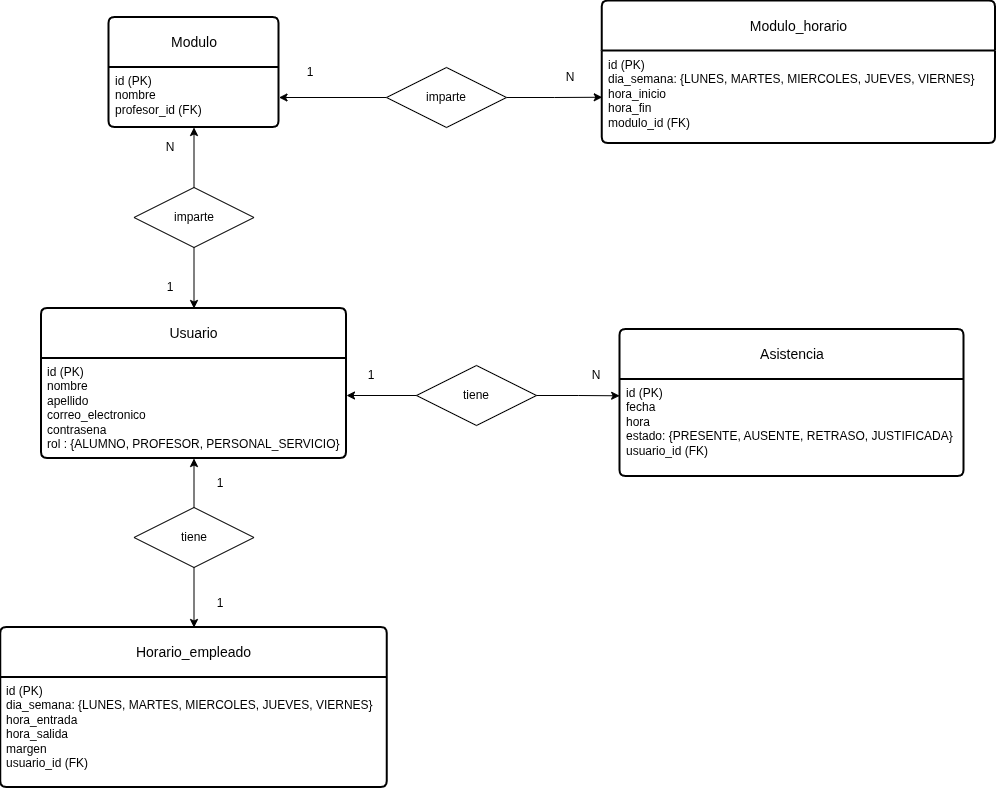
Before: media/diagrama_entidad_relacion.png, a diagram exported from draw.io (jeironEC/proyecto-control-asistencia). Source tidied: cells renumbered, new cells last; positions are measured from the earlier drawing's top-left corner, leaving out a move shared by most shapes. The source it was exported from:
```xml
<mxGraphModel>
  <root>
    <mxCell id="0" />
    <mxCell id="1" parent="0" />
    <mxCell id="2" value="Usuario" style="swimlane;horizontal=1;startSize=50;rounded=1;fontSize=14;fontStyle=0;strokeWidth=2;shadow=0;dashed=0;align=center;arcSize=4;whiteSpace=wrap;html=1;" parent="1" vertex="1">
      <mxGeometry x="41" y="307" width="305" height="150" as="geometry" />
    </mxCell>
    <mxCell id="3" value="&lt;div&gt;id (PK)&lt;/div&gt;nombre&lt;div&gt;apellido&lt;/div&gt;&lt;div&gt;correo_electronico&lt;/div&gt;&lt;div&gt;contrasena&lt;/div&gt;&lt;div&gt;rol&amp;nbsp;: {ALUMNO, PROFESOR, PERSONAL_SERVICIO}&lt;/div&gt;" style="align=left;strokeColor=none;fillColor=none;spacingLeft=4;spacingRight=4;fontSize=12;verticalAlign=top;html=1;whiteSpace=wrap;" parent="2" vertex="1">
      <mxGeometry y="50" width="305" height="100" as="geometry" />
    </mxCell>
    <mxCell id="4" value="Asistencia" style="swimlane;horizontal=1;startSize=50;rounded=1;fontSize=14;fontStyle=0;strokeWidth=2;shadow=0;dashed=0;align=center;arcSize=4;whiteSpace=wrap;html=1;" parent="1" vertex="1">
      <mxGeometry x="619.5" y="328" width="344" height="147" as="geometry" />
    </mxCell>
    <mxCell id="5" value="&lt;div&gt;id (PK)&lt;/div&gt;&lt;div&gt;fecha&amp;nbsp;&lt;/div&gt;&lt;div&gt;hora&lt;/div&gt;&lt;div&gt;estado: {PRESENTE, AUSENTE, RETRASO, JUSTIFICADA}&lt;/div&gt;&lt;div&gt;&lt;span style=&quot;background-color: transparent; color: light-dark(rgb(0, 0, 0), rgb(255, 255, 255));&quot;&gt;usuario_id (FK)&lt;/span&gt;&lt;/div&gt;" style="align=left;strokeColor=none;fillColor=none;spacingLeft=4;spacingRight=4;fontSize=12;verticalAlign=top;html=1;whiteSpace=wrap;" parent="4" vertex="1">
      <mxGeometry y="50" width="344" height="97" as="geometry" />
    </mxCell>
    <mxCell id="6" value="N" style="text;html=1;whiteSpace=wrap;strokeColor=none;fillColor=none;align=center;verticalAlign=middle;rounded=0;" parent="1" vertex="1">
      <mxGeometry x="581" y="364" width="30" height="20" as="geometry" />
    </mxCell>
    <mxCell id="7" value="tiene" style="shape=rhombus;perimeter=rhombusPerimeter;whiteSpace=wrap;html=1;align=center;" parent="1" vertex="1">
      <mxGeometry x="416" y="364" width="120" height="60" as="geometry" />
    </mxCell>
    <mxCell id="8" value="1" style="text;html=1;whiteSpace=wrap;strokeColor=none;fillColor=none;align=center;verticalAlign=middle;rounded=0;" parent="1" vertex="1">
      <mxGeometry x="356" y="364" width="30" height="20" as="geometry" />
    </mxCell>
    <mxCell id="9" style="edgeStyle=orthogonalEdgeStyle;rounded=0;jettySize=auto;html=1;" parent="1" edge="1" source="7">
      <mxGeometry relative="1" as="geometry">
        <mxPoint x="346" y="394" as="targetPoint" />
      </mxGeometry>
    </mxCell>
    <mxCell id="10" style="edgeStyle=orthogonalEdgeStyle;rounded=0;jettySize=auto;html=1;entryX=-0.001;entryY=0.168;entryDx=0;entryDy=0;entryPerimeter=0;" parent="1" edge="1" source="7" target="5">
      <mxGeometry relative="1" as="geometry" />
    </mxCell>
    <mxCell id="11" value="Horario_empleado" style="swimlane;horizontal=1;startSize=50;rounded=1;fontSize=14;fontStyle=0;strokeWidth=2;shadow=0;dashed=0;align=center;arcSize=4;whiteSpace=wrap;html=1;" parent="1" vertex="1">
      <mxGeometry x="0.2" y="626" width="386.5" height="160" as="geometry" />
    </mxCell>
    <mxCell id="12" value="id (PK)&lt;div&gt;&lt;div&gt;dia_semana: {LUNES, MARTES, MIERCOLES, JUEVES, VIERNES}&lt;/div&gt;&lt;div&gt;hora_entrada&lt;/div&gt;&lt;div&gt;hora_salida&lt;/div&gt;&lt;div&gt;margen&lt;/div&gt;&lt;div&gt;usuario_id (FK)&lt;/div&gt;&lt;/div&gt;" style="align=left;strokeColor=none;fillColor=none;spacingLeft=4;spacingRight=4;fontSize=12;verticalAlign=top;html=1;whiteSpace=wrap;" parent="11" vertex="1">
      <mxGeometry y="50" width="386.5" height="110" as="geometry" />
    </mxCell>
    <mxCell id="13" value="Modulo" style="swimlane;horizontal=1;startSize=50;rounded=1;fontSize=14;fontStyle=0;strokeWidth=2;shadow=0;dashed=0;align=center;arcSize=4;whiteSpace=wrap;html=1;" parent="1" vertex="1">
      <mxGeometry x="108.5" y="16" width="170" height="110" as="geometry" />
    </mxCell>
    <mxCell id="14" value="id (PK)&lt;div&gt;nombre&lt;/div&gt;&lt;div&gt;profesor_id (FK)&lt;/div&gt;" style="align=left;strokeColor=none;fillColor=none;spacingLeft=4;spacingRight=4;fontSize=12;verticalAlign=top;html=1;whiteSpace=wrap;" parent="13" vertex="1">
      <mxGeometry y="50" width="170" height="60" as="geometry" />
    </mxCell>
    <mxCell id="15" value="Modulo_horario" style="swimlane;horizontal=1;startSize=50;rounded=1;fontSize=14;fontStyle=0;strokeWidth=2;shadow=0;dashed=0;align=center;arcSize=4;whiteSpace=wrap;html=1;" parent="1" vertex="1">
      <mxGeometry x="601.8" y="-0.5" width="393.2" height="142.5" as="geometry" />
    </mxCell>
    <mxCell id="16" value="id (PK)&lt;div&gt;dia_semana: {LUNES, MARTES, MIERCOLES, JUEVES, VIERNES}&lt;/div&gt;&lt;div&gt;hora_inicio&lt;/div&gt;&lt;div&gt;hora_fin&lt;/div&gt;&lt;div&gt;modulo_id (FK)&lt;/div&gt;" style="align=left;strokeColor=none;fillColor=none;spacingLeft=4;spacingRight=4;fontSize=12;verticalAlign=top;html=1;whiteSpace=wrap;" parent="15" vertex="1">
      <mxGeometry y="50" width="393.2" height="92.5" as="geometry" />
    </mxCell>
    <mxCell id="17" style="edgeStyle=orthogonalEdgeStyle;rounded=0;jettySize=auto;html=1;" parent="1" edge="1" source="19" target="14">
      <mxGeometry relative="1" as="geometry" />
    </mxCell>
    <mxCell id="18" style="edgeStyle=orthogonalEdgeStyle;rounded=0;jettySize=auto;html=1;entryX=0.5;entryY=0;entryDx=0;entryDy=0;" parent="1" edge="1" source="19" target="2">
      <mxGeometry relative="1" as="geometry" />
    </mxCell>
    <mxCell id="19" value="imparte" style="shape=rhombus;perimeter=rhombusPerimeter;whiteSpace=wrap;html=1;align=center;" parent="1" vertex="1">
      <mxGeometry x="133.5" y="186" width="120" height="60" as="geometry" />
    </mxCell>
    <mxCell id="20" value="1" style="text;html=1;whiteSpace=wrap;strokeColor=none;fillColor=none;align=center;verticalAlign=middle;rounded=0;" parent="1" vertex="1">
      <mxGeometry x="155" y="276" width="30" height="20" as="geometry" />
    </mxCell>
    <mxCell id="21" value="N" style="text;html=1;whiteSpace=wrap;strokeColor=none;fillColor=none;align=center;verticalAlign=middle;rounded=0;" parent="1" vertex="1">
      <mxGeometry x="155" y="136" width="30" height="20" as="geometry" />
    </mxCell>
    <mxCell id="22" style="edgeStyle=orthogonalEdgeStyle;rounded=0;jettySize=auto;html=1;entryX=0.5;entryY=1;entryDx=0;entryDy=0;" parent="1" edge="1" source="24" target="3">
      <mxGeometry relative="1" as="geometry" />
    </mxCell>
    <mxCell id="23" style="edgeStyle=orthogonalEdgeStyle;rounded=0;jettySize=auto;html=1;entryX=0.5;entryY=0;entryDx=0;entryDy=0;" parent="1" edge="1" source="24" target="11">
      <mxGeometry relative="1" as="geometry" />
    </mxCell>
    <mxCell id="24" value="tiene" style="shape=rhombus;perimeter=rhombusPerimeter;whiteSpace=wrap;html=1;align=center;" parent="1" vertex="1">
      <mxGeometry x="133.5" y="506" width="120" height="60" as="geometry" />
    </mxCell>
    <mxCell id="25" value="1" style="text;html=1;whiteSpace=wrap;strokeColor=none;fillColor=none;align=center;verticalAlign=middle;rounded=0;" parent="1" vertex="1">
      <mxGeometry x="205" y="472" width="30" height="20" as="geometry" />
    </mxCell>
    <mxCell id="26" value="1" style="text;html=1;whiteSpace=wrap;strokeColor=none;fillColor=none;align=center;verticalAlign=middle;rounded=0;" parent="1" vertex="1">
      <mxGeometry x="205" y="592" width="30" height="20" as="geometry" />
    </mxCell>
    <mxCell id="27" style="edgeStyle=orthogonalEdgeStyle;rounded=0;jettySize=auto;html=1;entryX=1;entryY=0.5;entryDx=0;entryDy=0;" parent="1" edge="1" source="29" target="14">
      <mxGeometry relative="1" as="geometry" />
    </mxCell>
    <mxCell id="28" style="edgeStyle=orthogonalEdgeStyle;rounded=0;jettySize=auto;html=1;entryX=0;entryY=0.5;entryDx=0;entryDy=0;" parent="1" edge="1" source="29" target="16">
      <mxGeometry relative="1" as="geometry" />
    </mxCell>
    <mxCell id="29" value="imparte" style="shape=rhombus;perimeter=rhombusPerimeter;whiteSpace=wrap;html=1;align=center;" parent="1" vertex="1">
      <mxGeometry x="386" y="66" width="120" height="60" as="geometry" />
    </mxCell>
    <mxCell id="30" value="1" style="text;html=1;whiteSpace=wrap;strokeColor=none;fillColor=none;align=center;verticalAlign=middle;rounded=0;" parent="1" vertex="1">
      <mxGeometry x="295" y="61" width="30" height="20" as="geometry" />
    </mxCell>
    <mxCell id="31" value="N" style="text;html=1;whiteSpace=wrap;strokeColor=none;fillColor=none;align=center;verticalAlign=middle;rounded=0;" parent="1" vertex="1">
      <mxGeometry x="555" y="66" width="30" height="20" as="geometry" />
    </mxCell>
  </root>
</mxGraphModel>
```
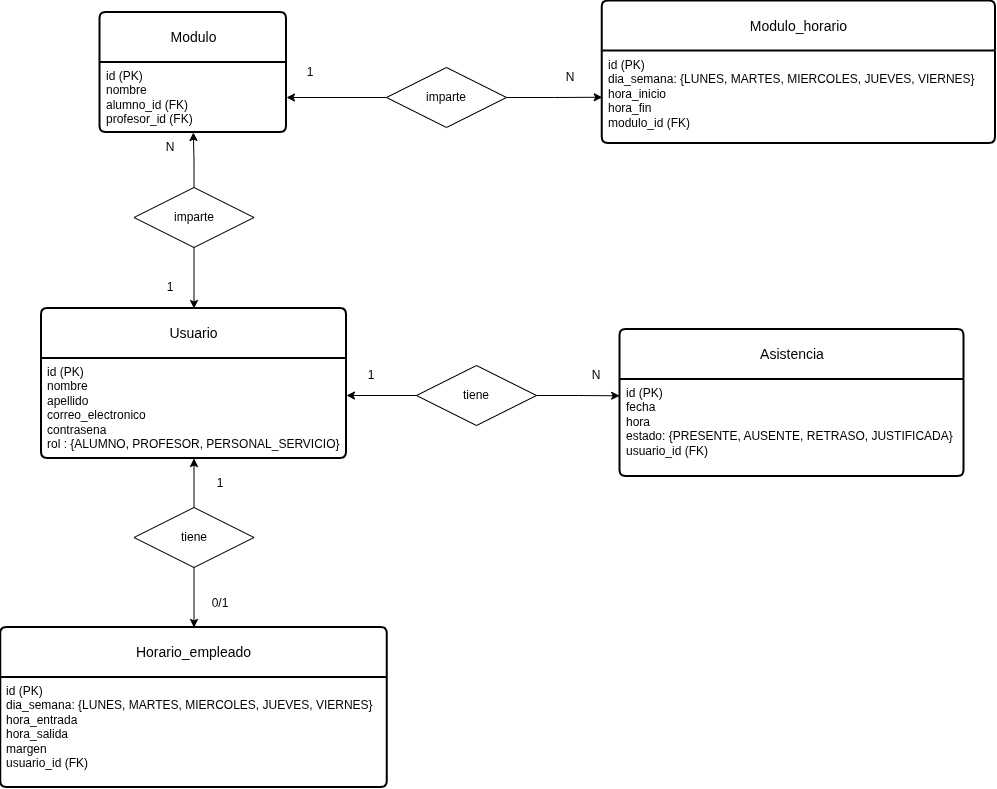
The same diagram one commit later.

Commit message:
Imagen del diagrama er tenia un error

The edit, as a diff of the source:
```diff
@@ -38,10 +38,10 @@
       <mxGeometry y="50" width="386.5" height="110" as="geometry" />
     </mxCell>
     <mxCell id="13" value="Modulo" style="swimlane;horizontal=1;startSize=50;rounded=1;fontSize=14;fontStyle=0;strokeWidth=2;shadow=0;dashed=0;align=center;arcSize=4;whiteSpace=wrap;html=1;" parent="1" vertex="1">
-      <mxGeometry x="108.5" y="16" width="170" height="110" as="geometry" />
+      <mxGeometry x="99.5" y="11" width="186.5" height="120" as="geometry" />
     </mxCell>
-    <mxCell id="14" value="id (PK)&lt;div&gt;nombre&lt;/div&gt;&lt;div&gt;profesor_id (FK)&lt;/div&gt;" style="align=left;strokeColor=none;fillColor=none;spacingLeft=4;spacingRight=4;fontSize=12;verticalAlign=top;html=1;whiteSpace=wrap;" parent="13" vertex="1">
-      <mxGeometry y="50" width="170" height="60" as="geometry" />
+    <mxCell id="14" value="id (PK)&lt;div&gt;nombre&lt;/div&gt;&lt;div&gt;alumno_id (FK)&lt;/div&gt;&lt;div&gt;profesor_id (FK)&lt;/div&gt;" style="align=left;strokeColor=none;fillColor=none;spacingLeft=4;spacingRight=4;fontSize=12;verticalAlign=top;html=1;whiteSpace=wrap;" parent="13" vertex="1">
+      <mxGeometry y="50" width="186.5" height="70" as="geometry" />
     </mxCell>
     <mxCell id="15" value="Modulo_horario" style="swimlane;horizontal=1;startSize=50;rounded=1;fontSize=14;fontStyle=0;strokeWidth=2;shadow=0;dashed=0;align=center;arcSize=4;whiteSpace=wrap;html=1;" parent="1" vertex="1">
       <mxGeometry x="601.8" y="-0.5" width="393.2" height="142.5" as="geometry" />
@@ -76,7 +76,7 @@
     <mxCell id="25" value="1" style="text;html=1;whiteSpace=wrap;strokeColor=none;fillColor=none;align=center;verticalAlign=middle;rounded=0;" parent="1" vertex="1">
       <mxGeometry x="205" y="472" width="30" height="20" as="geometry" />
     </mxCell>
-    <mxCell id="26" value="1" style="text;html=1;whiteSpace=wrap;strokeColor=none;fillColor=none;align=center;verticalAlign=middle;rounded=0;" parent="1" vertex="1">
+    <mxCell id="26" value="0/1" style="text;html=1;whiteSpace=wrap;strokeColor=none;fillColor=none;align=center;verticalAlign=middle;rounded=0;" parent="1" vertex="1">
       <mxGeometry x="205" y="592" width="30" height="20" as="geometry" />
     </mxCell>
     <mxCell id="27" style="edgeStyle=orthogonalEdgeStyle;rounded=0;jettySize=auto;html=1;entryX=1;entryY=0.5;entryDx=0;entryDy=0;" parent="1" edge="1" source="29" target="14">
```
